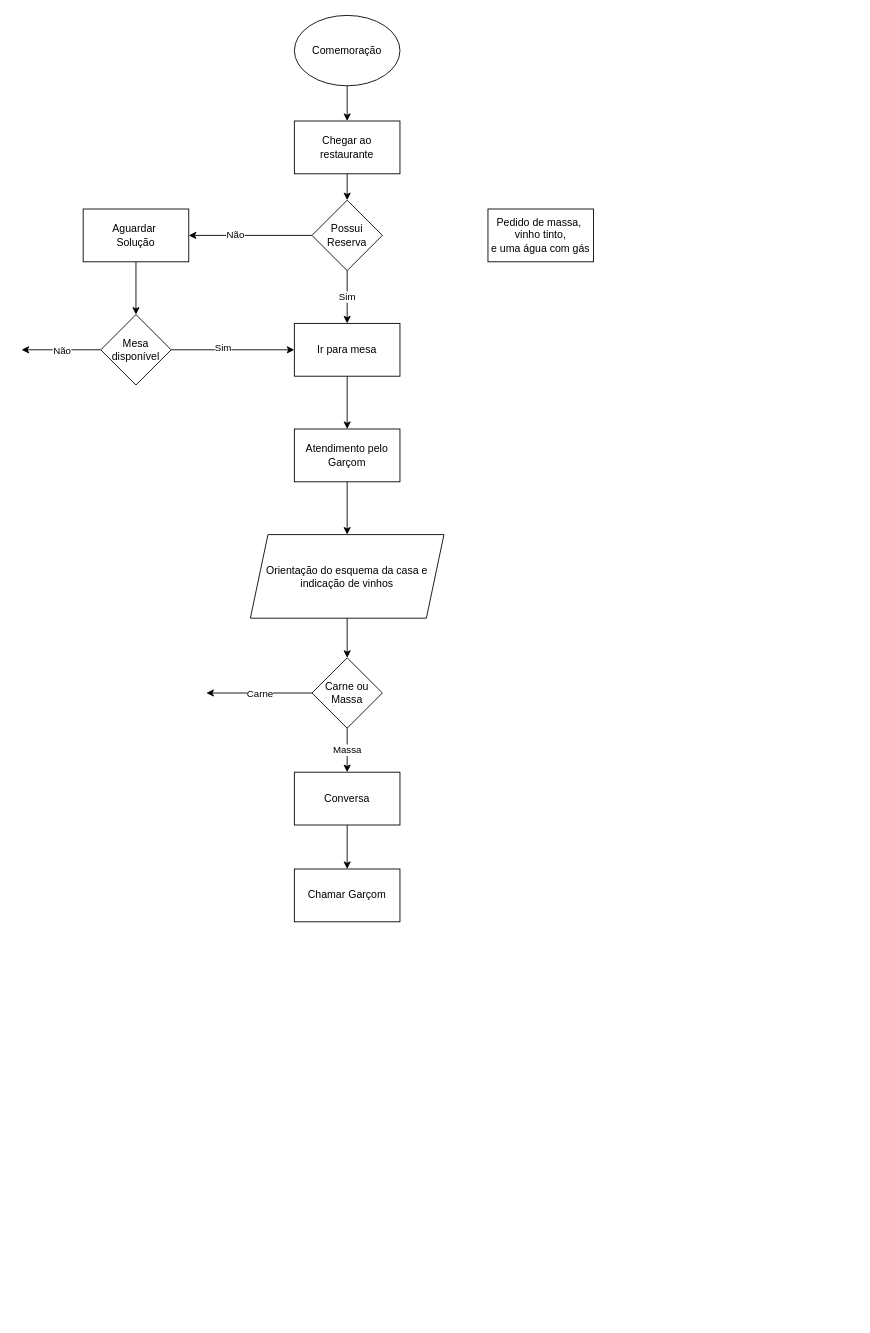
The draw.io diagram Diagrama sem nome.drawio in ElioPaulino/React, before the edit. Source tidied: cells renumbered, new cells numbered last; positions are measured from the earlier drawing's top-left corner, leaving out a move shared by most shapes. Both pictures are drawn from the tidied source at 88%, with x=0, y=0 at pixel (21, 15).
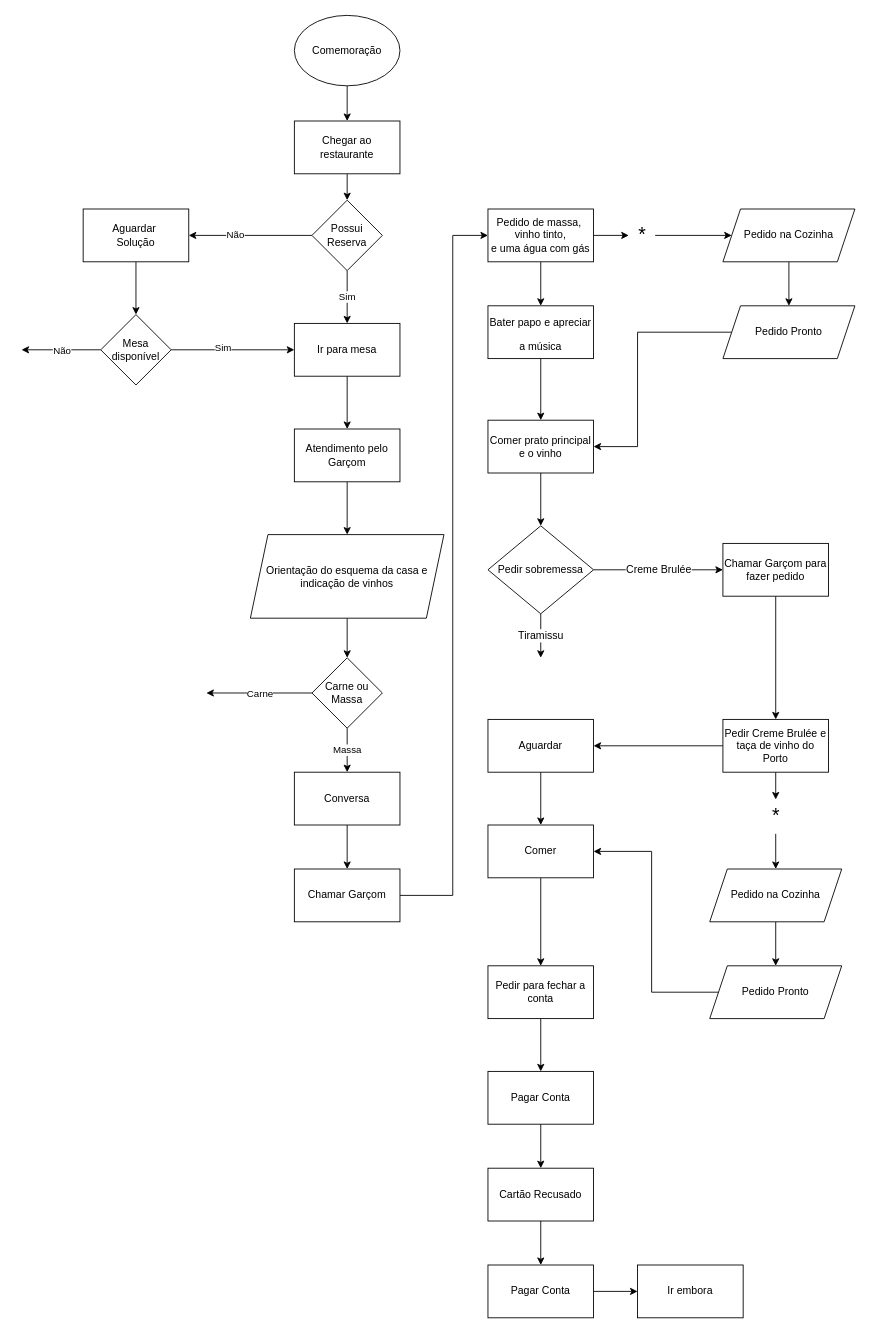
The same diagram, later.

Unchanged cells that the change refers to:
```xml
<mxCell id="27" value="Chamar Garçom" style="rounded=0;whiteSpace=wrap;html=1;" parent="1" vertex="1">
  <mxGeometry x="310" y="970" width="120" height="60" as="geometry" />
</mxCell>
<mxCell id="28" value="Pedido de massa,&amp;nbsp;&lt;br&gt;vinho tinto,&lt;br&gt;e uma água com gás" style="rounded=0;whiteSpace=wrap;html=1;" parent="1" vertex="1">
  <mxGeometry x="530" y="220" width="120" height="60" as="geometry" />
</mxCell>
```

What changed in the source:
```diff
@@
+    <mxCell id="29" style="edgeStyle=orthogonalEdgeStyle;rounded=0;jettySize=auto;html=1;exitX=1;exitY=0.5;exitDx=0;exitDy=0;entryX=0;entryY=0.5;entryDx=0;entryDy=0;" parent="1" edge="1" source="27" target="28">
+      <mxGeometry relative="1" as="geometry">
+        <Array as="points">
+          <mxPoint x="490" y="1000" />
+          <mxPoint x="490" y="250" />
+        </Array>
+      </mxGeometry>
+    </mxCell>
@@
+    <mxCell id="30" style="edgeStyle=orthogonalEdgeStyle;rounded=0;jettySize=auto;html=1;exitX=1;exitY=0.5;exitDx=0;exitDy=0;" parent="1" edge="1" source="28" target="35">
+      <mxGeometry relative="1" as="geometry" />
+    </mxCell>
+    <mxCell id="31" style="edgeStyle=orthogonalEdgeStyle;rounded=0;jettySize=auto;html=1;exitX=0.5;exitY=1;exitDx=0;exitDy=0;entryX=0.5;entryY=0;entryDx=0;entryDy=0;fontSize=12;" parent="1" edge="1" source="28" target="39">
+      <mxGeometry relative="1" as="geometry" />
+    </mxCell>
@@
+    <mxCell id="32" style="edgeStyle=orthogonalEdgeStyle;rounded=0;jettySize=auto;html=1;exitX=0.5;exitY=1;exitDx=0;exitDy=0;entryX=0.5;entryY=0;entryDx=0;entryDy=0;fontSize=22;" parent="1" edge="1" source="33" target="37">
+      <mxGeometry relative="1" as="geometry" />
+    </mxCell>
+    <mxCell id="33" value="Pedido na Cozinha" style="shape=parallelogram;perimeter=parallelogramPerimeter;whiteSpace=wrap;html=1;fixedSize=1;" parent="1" vertex="1">
+      <mxGeometry x="797" y="220" width="150" height="60" as="geometry" />
+    </mxCell>
+    <mxCell id="34" style="edgeStyle=orthogonalEdgeStyle;rounded=0;jettySize=auto;html=1;entryX=0;entryY=0.5;entryDx=0;entryDy=0;fontSize=22;" parent="1" edge="1" source="35" target="33">
+      <mxGeometry relative="1" as="geometry" />
+    </mxCell>
+    <mxCell id="35" value="&lt;font style=&quot;font-size: 22px;&quot;&gt;*&lt;/font&gt;" style="text;html=1;align=center;verticalAlign=middle;points=[];strokeColor=none;fillColor=none;strokeWidth=13;" parent="1" vertex="1">
+      <mxGeometry x="690" y="230" width="30" height="40" as="geometry" />
+    </mxCell>
+    <mxCell id="36" style="edgeStyle=orthogonalEdgeStyle;rounded=0;jettySize=auto;html=1;entryX=1;entryY=0.5;entryDx=0;entryDy=0;fontSize=12;" parent="1" edge="1" source="37" target="41">
+      <mxGeometry relative="1" as="geometry">
+        <Array as="points">
+          <mxPoint x="700" y="360" />
+          <mxPoint x="700" y="490" />
+        </Array>
+      </mxGeometry>
+    </mxCell>
+    <mxCell id="37" value="Pedido Pronto" style="shape=parallelogram;perimeter=parallelogramPerimeter;whiteSpace=wrap;html=1;fixedSize=1;" parent="1" vertex="1">
+      <mxGeometry x="797" y="330" width="150" height="60" as="geometry" />
+    </mxCell>
+    <mxCell id="38" style="edgeStyle=orthogonalEdgeStyle;rounded=0;jettySize=auto;html=1;exitX=0.5;exitY=1;exitDx=0;exitDy=0;entryX=0.5;entryY=0;entryDx=0;entryDy=0;fontSize=12;" parent="1" edge="1" source="39" target="41">
+      <mxGeometry relative="1" as="geometry" />
+    </mxCell>
+    <mxCell id="39" value="&lt;font style=&quot;font-size: 12px;&quot;&gt;Bater papo e apreciar a música&lt;/font&gt;" style="rounded=0;whiteSpace=wrap;html=1;strokeWidth=1;fontSize=22;" parent="1" vertex="1">
+      <mxGeometry x="530" y="330" width="120" height="60" as="geometry" />
+    </mxCell>
+    <mxCell id="40" style="edgeStyle=orthogonalEdgeStyle;rounded=0;jettySize=auto;html=1;exitX=0.5;exitY=1;exitDx=0;exitDy=0;entryX=0.5;entryY=0;entryDx=0;entryDy=0;fontSize=12;" parent="1" edge="1" source="41" target="44">
+      <mxGeometry relative="1" as="geometry" />
+    </mxCell>
+    <mxCell id="41" value="Comer prato principal e o vinho" style="rounded=0;whiteSpace=wrap;html=1;strokeWidth=1;fontSize=12;" parent="1" vertex="1">
+      <mxGeometry x="530" y="460" width="120" height="60" as="geometry" />
+    </mxCell>
+    <mxCell id="42" value="Tiramissu" style="edgeStyle=orthogonalEdgeStyle;rounded=0;jettySize=auto;html=1;fontSize=12;" parent="1" edge="1" source="44">
+      <mxGeometry relative="1" as="geometry">
+        <mxPoint x="590" y="730" as="targetPoint" />
+        <Array as="points">
+          <mxPoint x="590" y="710" />
+          <mxPoint x="590" y="710" />
+        </Array>
+      </mxGeometry>
+    </mxCell>
+    <mxCell id="43" value="Creme Brulée" style="edgeStyle=orthogonalEdgeStyle;rounded=0;jettySize=auto;html=1;exitX=1;exitY=0.5;exitDx=0;exitDy=0;entryX=0;entryY=0.5;entryDx=0;entryDy=0;fontSize=12;" parent="1" edge="1" source="44" target="46">
+      <mxGeometry relative="1" as="geometry" />
+    </mxCell>
+    <mxCell id="44" value="Pedir sobremessa" style="rhombus;whiteSpace=wrap;html=1;strokeWidth=1;fontSize=12;" parent="1" vertex="1">
+      <mxGeometry x="530" y="580" width="120" height="100" as="geometry" />
+    </mxCell>
+    <mxCell id="45" style="edgeStyle=orthogonalEdgeStyle;rounded=0;jettySize=auto;html=1;exitX=0.5;exitY=1;exitDx=0;exitDy=0;entryX=0.5;entryY=0;entryDx=0;entryDy=0;fontSize=12;" parent="1" edge="1" source="46" target="49">
+      <mxGeometry relative="1" as="geometry" />
+    </mxCell>
+    <mxCell id="46" value="Chamar Garçom para fazer pedido" style="rounded=0;whiteSpace=wrap;html=1;strokeWidth=1;fontSize=12;" parent="1" vertex="1">
+      <mxGeometry x="797" y="600" width="120" height="60" as="geometry" />
+    </mxCell>
+    <mxCell id="47" style="edgeStyle=orthogonalEdgeStyle;rounded=0;jettySize=auto;html=1;exitX=0.5;exitY=1;exitDx=0;exitDy=0;entryX=0.5;entryY=0.025;entryDx=0;entryDy=0;entryPerimeter=0;fontSize=12;" parent="1" edge="1" source="49" target="51">
+      <mxGeometry relative="1" as="geometry" />
+    </mxCell>
+    <mxCell id="48" style="edgeStyle=orthogonalEdgeStyle;rounded=0;jettySize=auto;html=1;entryX=1;entryY=0.5;entryDx=0;entryDy=0;fontSize=12;" parent="1" edge="1" source="49" target="57">
+      <mxGeometry relative="1" as="geometry" />
+    </mxCell>
+    <mxCell id="49" value="Pedir Creme Brulée e taça de vinho do Porto" style="rounded=0;whiteSpace=wrap;html=1;strokeWidth=1;fontSize=12;" parent="1" vertex="1">
+      <mxGeometry x="797" y="800" width="120" height="60" as="geometry" />
+    </mxCell>
+    <mxCell id="50" style="edgeStyle=orthogonalEdgeStyle;rounded=0;jettySize=auto;html=1;entryX=0.5;entryY=0;entryDx=0;entryDy=0;fontSize=12;" parent="1" edge="1" source="51" target="53">
+      <mxGeometry relative="1" as="geometry" />
+    </mxCell>
+    <mxCell id="51" value="&lt;font style=&quot;font-size: 22px;&quot;&gt;*&lt;/font&gt;" style="text;html=1;align=center;verticalAlign=middle;points=[];strokeColor=none;fillColor=none;strokeWidth=13;" parent="1" vertex="1">
+      <mxGeometry x="842" y="890" width="30" height="40" as="geometry" />
+    </mxCell>
+    <mxCell id="52" style="edgeStyle=orthogonalEdgeStyle;rounded=0;jettySize=auto;html=1;exitX=0.5;exitY=1;exitDx=0;exitDy=0;entryX=0.5;entryY=0;entryDx=0;entryDy=0;fontSize=22;" parent="1" edge="1" source="53" target="55">
+      <mxGeometry relative="1" as="geometry" />
+    </mxCell>
+    <mxCell id="53" value="Pedido na Cozinha" style="shape=parallelogram;perimeter=parallelogramPerimeter;whiteSpace=wrap;html=1;fixedSize=1;" parent="1" vertex="1">
+      <mxGeometry x="782" y="970" width="150" height="60" as="geometry" />
+    </mxCell>
+    <mxCell id="54" style="edgeStyle=orthogonalEdgeStyle;rounded=0;jettySize=auto;html=1;exitX=0;exitY=0.5;exitDx=0;exitDy=0;entryX=1;entryY=0.5;entryDx=0;entryDy=0;fontSize=12;" parent="1" edge="1" source="55" target="59">
+      <mxGeometry relative="1" as="geometry" />
+    </mxCell>
+    <mxCell id="55" value="Pedido Pronto" style="shape=parallelogram;perimeter=parallelogramPerimeter;whiteSpace=wrap;html=1;fixedSize=1;" parent="1" vertex="1">
+      <mxGeometry x="782" y="1080" width="150" height="60" as="geometry" />
+    </mxCell>
+    <mxCell id="56" style="edgeStyle=orthogonalEdgeStyle;rounded=0;jettySize=auto;html=1;exitX=0.5;exitY=1;exitDx=0;exitDy=0;entryX=0.5;entryY=0;entryDx=0;entryDy=0;fontSize=12;" parent="1" edge="1" source="57" target="59">
+      <mxGeometry relative="1" as="geometry" />
+    </mxCell>
+    <mxCell id="57" value="Aguardar" style="rounded=0;whiteSpace=wrap;html=1;strokeWidth=1;fontSize=12;" parent="1" vertex="1">
+      <mxGeometry x="530" y="800" width="120" height="60" as="geometry" />
+    </mxCell>
+    <mxCell id="58" style="edgeStyle=orthogonalEdgeStyle;rounded=0;jettySize=auto;html=1;exitX=0.5;exitY=1;exitDx=0;exitDy=0;entryX=0.5;entryY=0;entryDx=0;entryDy=0;fontSize=12;" parent="1" edge="1" source="59" target="61">
+      <mxGeometry relative="1" as="geometry" />
+    </mxCell>
+    <mxCell id="59" value="Comer" style="rounded=0;whiteSpace=wrap;html=1;strokeWidth=1;fontSize=12;" parent="1" vertex="1">
+      <mxGeometry x="530" y="920" width="120" height="60" as="geometry" />
+    </mxCell>
+    <mxCell id="60" style="edgeStyle=orthogonalEdgeStyle;rounded=0;jettySize=auto;html=1;exitX=0.5;exitY=1;exitDx=0;exitDy=0;entryX=0.5;entryY=0;entryDx=0;entryDy=0;fontSize=12;" parent="1" edge="1" source="61" target="63">
+      <mxGeometry relative="1" as="geometry" />
+    </mxCell>
+    <mxCell id="61" value="Pedir para fechar a conta" style="rounded=0;whiteSpace=wrap;html=1;strokeWidth=1;fontSize=12;" parent="1" vertex="1">
+      <mxGeometry x="530" y="1080" width="120" height="60" as="geometry" />
+    </mxCell>
+    <mxCell id="62" style="edgeStyle=orthogonalEdgeStyle;rounded=0;jettySize=auto;html=1;exitX=0.5;exitY=1;exitDx=0;exitDy=0;entryX=0.5;entryY=0;entryDx=0;entryDy=0;fontSize=12;" parent="1" edge="1" source="63" target="67">
+      <mxGeometry relative="1" as="geometry" />
+    </mxCell>
+    <mxCell id="63" value="Pagar Conta" style="rounded=0;whiteSpace=wrap;html=1;strokeWidth=1;fontSize=12;" parent="1" vertex="1">
+      <mxGeometry x="530" y="1200" width="120" height="60" as="geometry" />
+    </mxCell>
+    <mxCell id="64" style="edgeStyle=orthogonalEdgeStyle;rounded=0;jettySize=auto;html=1;exitX=1;exitY=0.5;exitDx=0;exitDy=0;entryX=0;entryY=0.5;entryDx=0;entryDy=0;fontSize=12;" parent="1" edge="1" source="65" target="68">
+      <mxGeometry relative="1" as="geometry" />
+    </mxCell>
+    <mxCell id="65" value="Pagar Conta" style="rounded=0;whiteSpace=wrap;html=1;strokeWidth=1;fontSize=12;" parent="1" vertex="1">
+      <mxGeometry x="530" y="1420" width="120" height="60" as="geometry" />
+    </mxCell>
+    <mxCell id="66" style="edgeStyle=orthogonalEdgeStyle;rounded=0;jettySize=auto;html=1;exitX=0.5;exitY=1;exitDx=0;exitDy=0;entryX=0.5;entryY=0;entryDx=0;entryDy=0;fontSize=12;" parent="1" edge="1" source="67" target="65">
+      <mxGeometry relative="1" as="geometry" />
+    </mxCell>
+    <mxCell id="67" value="Cartão Recusado" style="rounded=0;whiteSpace=wrap;html=1;strokeWidth=1;fontSize=12;" parent="1" vertex="1">
+      <mxGeometry x="530" y="1310" width="120" height="60" as="geometry" />
+    </mxCell>
+    <mxCell id="68" value="Ir embora" style="rounded=0;whiteSpace=wrap;html=1;strokeWidth=1;fontSize=12;" parent="1" vertex="1">
+      <mxGeometry x="700" y="1420" width="120" height="60" as="geometry" />
+    </mxCell>
```
